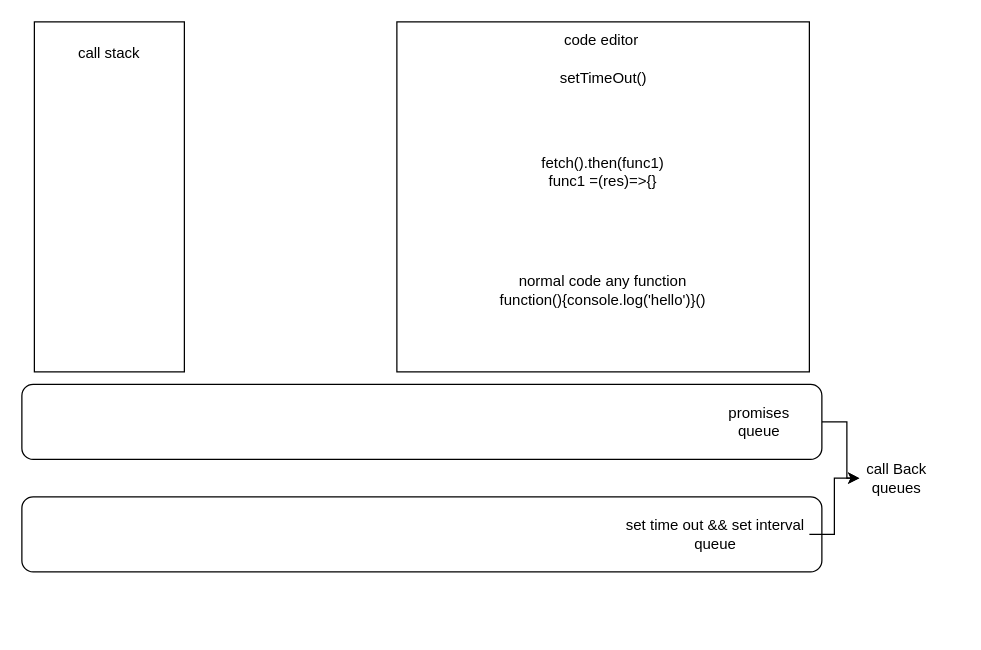
Earlier version of the draw.io diagram Untitled Diagram.drawio (pavantamidala/yt-video-diagrams). Source tidied: cells renumbered, new cells numbered last; positions are measured from the earlier drawing's top-left corner, leaving out a move shared by most shapes. Both pictures are drawn from the tidied source at 125%, with x=0, y=0 at pixel (21, 21).
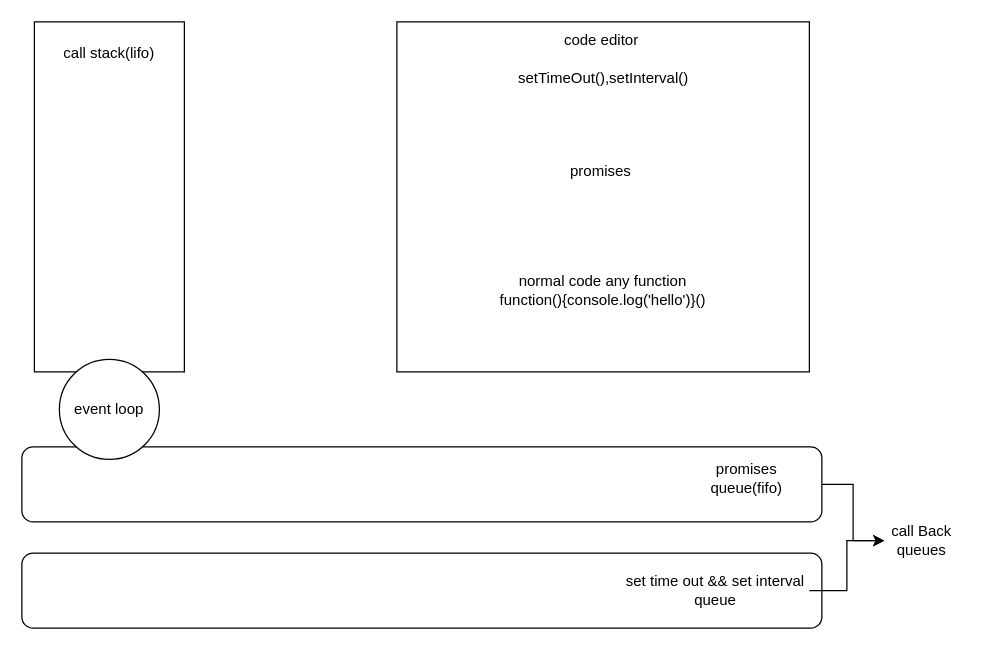
Above is the later version.

Change to the diagram source:
```diff
@@
 <mxGraphModel>
   <root>
     <mxCell id="0" />
     <mxCell id="1" parent="0" />
     <mxCell id="2" style="rounded=0;whiteSpace=wrap;html=1;" parent="1" vertex="1">
       <mxGeometry x="300" width="330" height="280" as="geometry" />
     </mxCell>
     <mxCell id="3" style="edgeStyle=orthogonalEdgeStyle;rounded=0;jettySize=auto;html=1;exitX=1;exitY=0.5;exitDx=0;exitDy=0;" parent="1" edge="1" source="4" target="14">
       <mxGeometry relative="1" as="geometry" />
     </mxCell>
     <mxCell id="4" style="rounded=1;whiteSpace=wrap;html=1;" parent="1" vertex="1">
-      <mxGeometry y="290" width="640" height="60" as="geometry" />
+      <mxGeometry y="340" width="640" height="60" as="geometry" />
     </mxCell>
     <mxCell id="5" style="rounded=1;whiteSpace=wrap;html=1;" parent="1" vertex="1">
-      <mxGeometry y="380" width="640" height="60" as="geometry" />
+      <mxGeometry y="425" width="640" height="60" as="geometry" />
     </mxCell>
     <mxCell id="6" style="rounded=0;whiteSpace=wrap;html=1;" parent="1" vertex="1">
       <mxGeometry x="10" width="120" height="280" as="geometry" />
     </mxCell>
     <mxCell id="7" value="code editor&amp;nbsp;" style="text;html=1;strokeColor=none;fillColor=none;align=center;verticalAlign=middle;whiteSpace=wrap;rounded=0;" parent="1" vertex="1">
       <mxGeometry x="412.5" width="105" height="30" as="geometry" />
     </mxCell>
-    <mxCell id="8" value="fetch().then(func1)&lt;br&gt;func1 =(res)=&amp;gt;{}" style="text;html=1;strokeColor=none;fillColor=none;align=center;verticalAlign=middle;whiteSpace=wrap;rounded=0;" parent="1" vertex="1">
+    <mxCell id="8" value="promises&amp;nbsp;" style="text;html=1;strokeColor=none;fillColor=none;align=center;verticalAlign=middle;whiteSpace=wrap;rounded=0;" parent="1" vertex="1">
       <mxGeometry x="392" y="90" width="146" height="60" as="geometry" />
     </mxCell>
-    <mxCell id="9" value="setTimeOut()" style="text;html=1;strokeColor=none;fillColor=none;align=center;verticalAlign=middle;whiteSpace=wrap;rounded=0;" parent="1" vertex="1">
+    <mxCell id="9" value="setTimeOut(),setInterval()" style="text;html=1;strokeColor=none;fillColor=none;align=center;verticalAlign=middle;whiteSpace=wrap;rounded=0;" parent="1" vertex="1">
       <mxGeometry x="416.5" y="30" width="97" height="30" as="geometry" />
     </mxCell>
     <mxCell id="10" value="normal code any function&lt;br&gt;function(){console.log('hello')}()" style="text;html=1;strokeColor=none;fillColor=none;align=center;verticalAlign=middle;whiteSpace=wrap;rounded=0;" parent="1" vertex="1">
       <mxGeometry x="360" y="200" width="210" height="30" as="geometry" />
     </mxCell>
-    <mxCell id="11" value="promises queue" style="text;html=1;strokeColor=none;fillColor=none;align=center;verticalAlign=middle;whiteSpace=wrap;rounded=0;" parent="1" vertex="1">
-      <mxGeometry x="560" y="305" width="60" height="30" as="geometry" />
+    <mxCell id="11" value="promises queue(fifo)" style="text;html=1;strokeColor=none;fillColor=none;align=center;verticalAlign=middle;whiteSpace=wrap;rounded=0;" parent="1" vertex="1">
+      <mxGeometry x="550" y="350" width="60" height="30" as="geometry" />
     </mxCell>
     <mxCell id="12" style="edgeStyle=orthogonalEdgeStyle;rounded=0;jettySize=auto;html=1;entryX=0;entryY=0.5;entryDx=0;entryDy=0;" parent="1" edge="1" source="13" target="14">
       <mxGeometry relative="1" as="geometry" />
     </mxCell>
     <mxCell id="13" value="set time out &amp;amp;&amp;amp; set interval queue" style="text;html=1;strokeColor=none;fillColor=none;align=center;verticalAlign=middle;whiteSpace=wrap;rounded=0;" parent="1" vertex="1">
-      <mxGeometry x="480" y="395" width="150" height="30" as="geometry" />
+      <mxGeometry x="480" y="440" width="150" height="30" as="geometry" />
     </mxCell>
     <mxCell id="14" value="call Back queues" style="text;html=1;strokeColor=none;fillColor=none;align=center;verticalAlign=middle;whiteSpace=wrap;rounded=0;" parent="1" vertex="1">
-      <mxGeometry x="670" y="350" width="60" height="30" as="geometry" />
+      <mxGeometry x="690" y="400" width="60" height="30" as="geometry" />
     </mxCell>
-    <mxCell id="15" value="call stack" style="text;html=1;strokeColor=none;fillColor=none;align=center;verticalAlign=middle;whiteSpace=wrap;rounded=0;" parent="1" vertex="1">
-      <mxGeometry x="40" y="10" width="60" height="30" as="geometry" />
+    <mxCell id="15" value="call stack(lifo)" style="text;html=1;strokeColor=none;fillColor=none;align=center;verticalAlign=middle;whiteSpace=wrap;rounded=0;" parent="1" vertex="1">
+      <mxGeometry x="30" y="10" width="80" height="30" as="geometry" />
     </mxCell>
+    <mxCell id="16" style="ellipse;whiteSpace=wrap;html=1;" parent="1" vertex="1">
+      <mxGeometry x="30" y="270" width="80" height="80" as="geometry" />
+    </mxCell>
+    <mxCell id="17" value="event loop" style="text;html=1;strokeColor=none;fillColor=none;align=center;verticalAlign=middle;whiteSpace=wrap;rounded=0;" parent="1" vertex="1">
+      <mxGeometry x="40" y="295" width="60" height="30" as="geometry" />
+    </mxCell>
   </root>
 </mxGraphModel>
```
